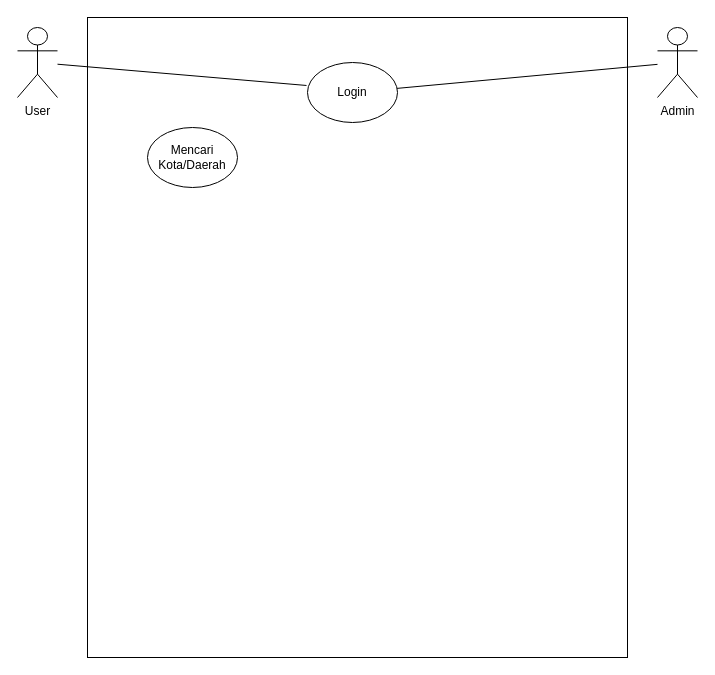
Above: All_Diagram-PUI.drawio in naufalfirman23/FILE-DIAGRAM (draw.io), before the change. Source tidied: cells renumbered, new cells numbered last; positions are measured from the earlier drawing's top-left corner, leaving out a move shared by most shapes. Both pictures are drawn from the tidied source at 100%, with x=0, y=0 at pixel (17, 17).
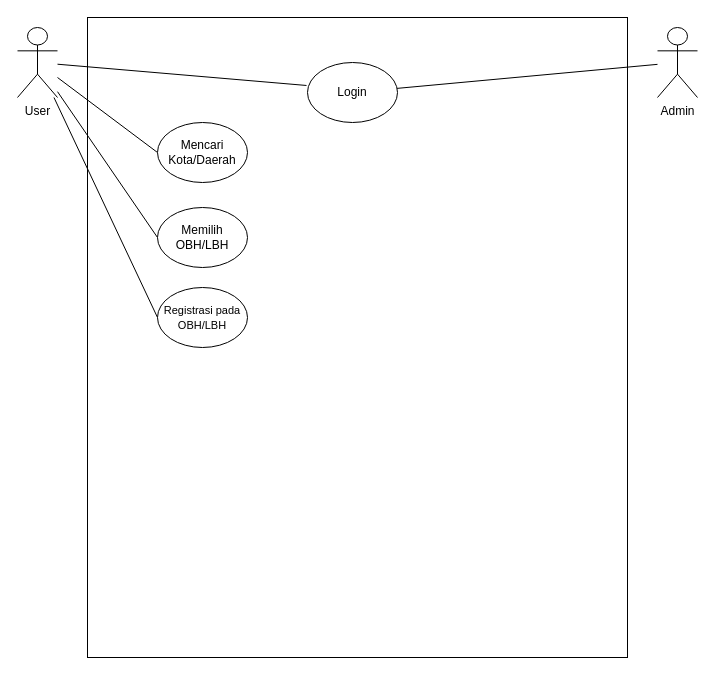
The same diagram, later.

The edit, as a diff of the source:
```diff
@@
 <mxGraphModel>
   <root>
     <mxCell id="0" />
     <mxCell id="1" parent="0" />
     <mxCell id="2" style="rounded=0;whiteSpace=wrap;html=1;" parent="1" vertex="1">
       <mxGeometry x="70" width="540" height="640" as="geometry" />
     </mxCell>
     <mxCell id="3" style="rounded=0;jettySize=auto;html=1;endArrow=none;endFill=0;" parent="1" edge="1" source="4" target="6">
       <mxGeometry relative="1" as="geometry" />
     </mxCell>
     <mxCell id="4" value="Admin" style="shape=umlActor;verticalLabelPosition=bottom;verticalAlign=top;html=1;outlineConnect=0;" parent="1" vertex="1">
       <mxGeometry x="640" y="10" width="40" height="70" as="geometry" />
     </mxCell>
+    <mxCell id="9" style="rounded=0;jettySize=auto;html=1;entryX=0;entryY=0.5;entryDx=0;entryDy=0;endArrow=none;endFill=0;" parent="1" edge="1" source="5" target="8">
+      <mxGeometry relative="1" as="geometry" />
+    </mxCell>
+    <mxCell id="10" style="rounded=0;jettySize=auto;html=1;entryX=0;entryY=0.5;entryDx=0;entryDy=0;endArrow=none;endFill=0;" parent="1" edge="1" source="5" target="12">
+      <mxGeometry relative="1" as="geometry" />
+    </mxCell>
+    <mxCell id="11" style="rounded=0;jettySize=auto;html=1;entryX=0;entryY=0.5;entryDx=0;entryDy=0;endArrow=none;endFill=0;" parent="1" edge="1" source="5" target="13">
+      <mxGeometry relative="1" as="geometry" />
+    </mxCell>
     <mxCell id="5" value="User" style="shape=umlActor;verticalLabelPosition=bottom;verticalAlign=top;html=1;outlineConnect=0;" parent="1" vertex="1">
       <mxGeometry y="10" width="40" height="70" as="geometry" />
     </mxCell>
     <mxCell id="6" value="Login" style="ellipse;whiteSpace=wrap;html=1;" parent="1" vertex="1">
       <mxGeometry x="290" y="45" width="90" height="60" as="geometry" />
     </mxCell>
     <mxCell id="7" style="rounded=0;jettySize=auto;html=1;entryX=-0.011;entryY=0.383;entryDx=0;entryDy=0;entryPerimeter=0;endArrow=none;endFill=0;" parent="1" edge="1" source="5" target="6">
       <mxGeometry relative="1" as="geometry" />
     </mxCell>
     <mxCell id="8" value="Mencari Kota/Daerah" style="ellipse;whiteSpace=wrap;html=1;" parent="1" vertex="1">
-      <mxGeometry x="130" y="110" width="90" height="60" as="geometry" />
+      <mxGeometry x="140" y="105" width="90" height="60" as="geometry" />
     </mxCell>
+    <mxCell id="12" value="Memilih OBH/LBH" style="ellipse;whiteSpace=wrap;html=1;" parent="1" vertex="1">
+      <mxGeometry x="140" y="190" width="90" height="60" as="geometry" />
+    </mxCell>
+    <mxCell id="13" value="&lt;font style=&quot;font-size: 11px;&quot;&gt;Registrasi pada OBH/LBH&lt;/font&gt;" style="ellipse;whiteSpace=wrap;html=1;" parent="1" vertex="1">
+      <mxGeometry x="140" y="270" width="90" height="60" as="geometry" />
+    </mxCell>
   </root>
 </mxGraphModel>
```
